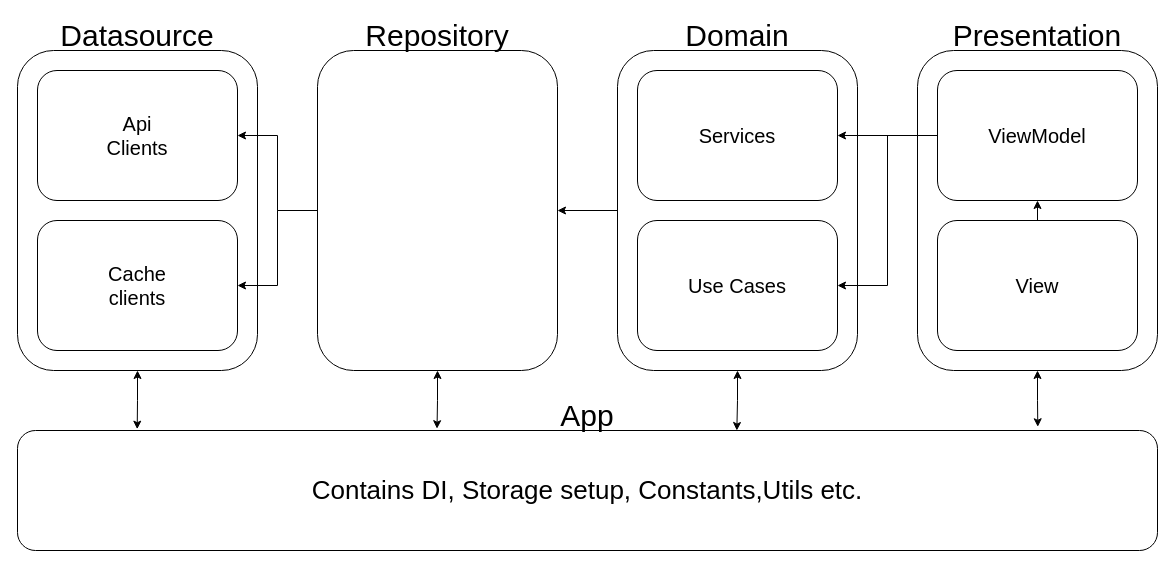
The draw.io diagram page "Page-1" (1 of 2) of architecture.drawio in AEZakmee/cocktail_me_app, before the edit. Source tidied: cells renumbered, new cells numbered last; positions are measured from the earlier drawing's top-left corner, leaving out a move shared by most shapes. Both pictures are drawn from the tidied source at 100%, with x=0, y=0 at pixel (17, 20).
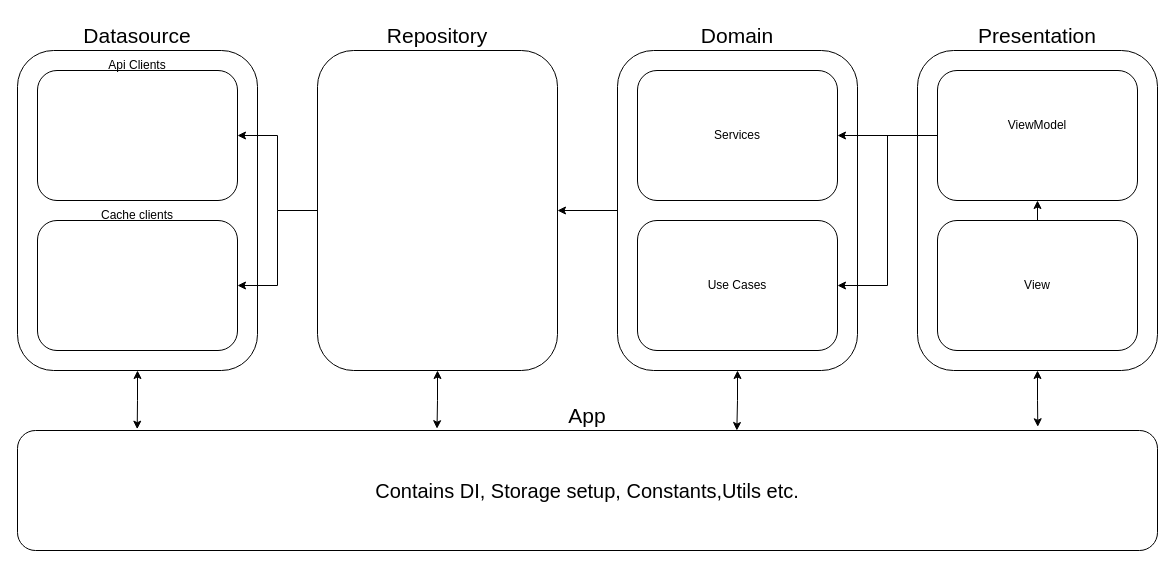
Above is the later version.

What changed in the source:
```diff
@@
-    <mxCell id="15" value="Datasource" style="text;html=1;strokeColor=none;fillColor=none;align=center;verticalAlign=middle;whiteSpace=wrap;rounded=0;fontSize=30;" parent="1" vertex="1">
+    <mxCell id="15" value="Datasource" style="text;html=1;strokeColor=none;fillColor=none;align=center;verticalAlign=middle;whiteSpace=wrap;rounded=0;fontSize=21;" parent="1" vertex="1">
       <mxGeometry x="90" width="60" height="30" as="geometry" />
     </mxCell>
-    <mxCell id="16" value="Repository" style="text;html=1;strokeColor=none;fillColor=none;align=center;verticalAlign=middle;whiteSpace=wrap;rounded=0;fontSize=30;" parent="1" vertex="1">
+    <mxCell id="16" value="Repository" style="text;html=1;strokeColor=none;fillColor=none;align=center;verticalAlign=middle;whiteSpace=wrap;rounded=0;fontSize=21;" parent="1" vertex="1">
       <mxGeometry x="390" width="60" height="30" as="geometry" />
     </mxCell>
-    <mxCell id="17" value="&lt;div style=&quot;font-size: 30px;&quot;&gt;Domain&lt;/div&gt;" style="text;html=1;strokeColor=none;fillColor=none;align=center;verticalAlign=middle;whiteSpace=wrap;rounded=0;fontSize=30;" parent="1" vertex="1">
+    <mxCell id="17" value="&lt;div&gt;Domain&lt;/div&gt;" style="text;html=1;strokeColor=none;fillColor=none;align=center;verticalAlign=middle;whiteSpace=wrap;rounded=0;fontSize=21;" parent="1" vertex="1">
       <mxGeometry x="690" width="60" height="30" as="geometry" />
     </mxCell>
-    <mxCell id="18" value="Presentation" style="text;html=1;strokeColor=none;fillColor=none;align=center;verticalAlign=middle;whiteSpace=wrap;rounded=0;fontSize=30;" parent="1" vertex="1">
+    <mxCell id="18" value="Presentation" style="text;html=1;strokeColor=none;fillColor=none;align=center;verticalAlign=middle;whiteSpace=wrap;rounded=0;fontSize=21;" parent="1" vertex="1">
       <mxGeometry x="990" width="60" height="30" as="geometry" />
     </mxCell>
-    <mxCell id="19" value="&lt;font style=&quot;font-size: 26px;&quot;&gt;Contains DI, Storage setup, Constants,Utils etc.&lt;/font&gt;" style="rounded=1;whiteSpace=wrap;html=1;fontSize=26;" parent="1" vertex="1">
+    <mxCell id="19" value="&lt;font style=&quot;font-size: 20px;&quot;&gt;Contains DI, Storage setup, Constants,Utils etc.&lt;/font&gt;" style="rounded=1;whiteSpace=wrap;html=1;" parent="1" vertex="1">
       <mxGeometry y="410" width="1140" height="120" as="geometry" />
     </mxCell>
-    <mxCell id="20" value="&lt;div style=&quot;font-size: 30px;&quot;&gt;App&lt;/div&gt;" style="text;html=1;strokeColor=none;fillColor=none;align=center;verticalAlign=middle;whiteSpace=wrap;rounded=0;fontSize=30;" parent="1" vertex="1">
+    <mxCell id="20" value="&lt;div&gt;App&lt;/div&gt;" style="text;html=1;strokeColor=none;fillColor=none;align=center;verticalAlign=middle;whiteSpace=wrap;rounded=0;fontSize=21;" parent="1" vertex="1">
       <mxGeometry x="540" y="380" width="60" height="30" as="geometry" />
     </mxCell>
-    <mxCell id="21" value="Api Clients" style="text;html=1;strokeColor=none;fillColor=none;align=center;verticalAlign=middle;whiteSpace=wrap;rounded=0;fontSize=20;" parent="1" vertex="1">
-      <mxGeometry x="90" y="100" width="60" height="30" as="geometry" />
+    <mxCell id="21" value="Api Clients" style="text;html=1;strokeColor=none;fillColor=none;align=center;verticalAlign=middle;whiteSpace=wrap;rounded=0;" parent="1" vertex="1">
+      <mxGeometry x="90" y="30" width="60" height="30" as="geometry" />
     </mxCell>
-    <mxCell id="22" value="Cache clients" style="text;html=1;strokeColor=none;fillColor=none;align=center;verticalAlign=middle;whiteSpace=wrap;rounded=0;fontSize=20;" parent="1" vertex="1">
-      <mxGeometry x="70" y="250" width="100" height="30" as="geometry" />
+    <mxCell id="22" value="Cache clients" style="text;html=1;strokeColor=none;fillColor=none;align=center;verticalAlign=middle;whiteSpace=wrap;rounded=0;" parent="1" vertex="1">
+      <mxGeometry x="70" y="180" width="100" height="30" as="geometry" />
     </mxCell>
@@
-    <mxCell id="28" value="ViewModel" style="text;html=1;strokeColor=none;fillColor=none;align=center;verticalAlign=middle;whiteSpace=wrap;rounded=0;fontSize=20;" parent="1" vertex="1">
-      <mxGeometry x="990" y="100" width="60" height="30" as="geometry" />
+    <mxCell id="28" value="ViewModel" style="text;html=1;strokeColor=none;fillColor=none;align=center;verticalAlign=middle;whiteSpace=wrap;rounded=0;" parent="1" vertex="1">
+      <mxGeometry x="990" y="90" width="60" height="30" as="geometry" />
     </mxCell>
-    <mxCell id="29" value="View" style="text;html=1;strokeColor=none;fillColor=none;align=center;verticalAlign=middle;whiteSpace=wrap;rounded=0;fontSize=20;" parent="1" vertex="1">
+    <mxCell id="29" value="View" style="text;html=1;strokeColor=none;fillColor=none;align=center;verticalAlign=middle;whiteSpace=wrap;rounded=0;" parent="1" vertex="1">
       <mxGeometry x="990" y="250" width="60" height="30" as="geometry" />
     </mxCell>
-    <mxCell id="30" value="Services" style="rounded=1;whiteSpace=wrap;html=1;fontSize=20;" parent="1" vertex="1">
+    <mxCell id="30" value="Services" style="rounded=1;whiteSpace=wrap;html=1;" parent="1" vertex="1">
       <mxGeometry x="620" y="50" width="200" height="130" as="geometry" />
     </mxCell>
-    <mxCell id="31" value="Use Cases" style="rounded=1;whiteSpace=wrap;html=1;fontSize=20;" parent="1" vertex="1">
+    <mxCell id="31" value="Use Cases" style="rounded=1;whiteSpace=wrap;html=1;" parent="1" vertex="1">
       <mxGeometry x="620" y="200" width="200" height="130" as="geometry" />
     </mxCell>
```
